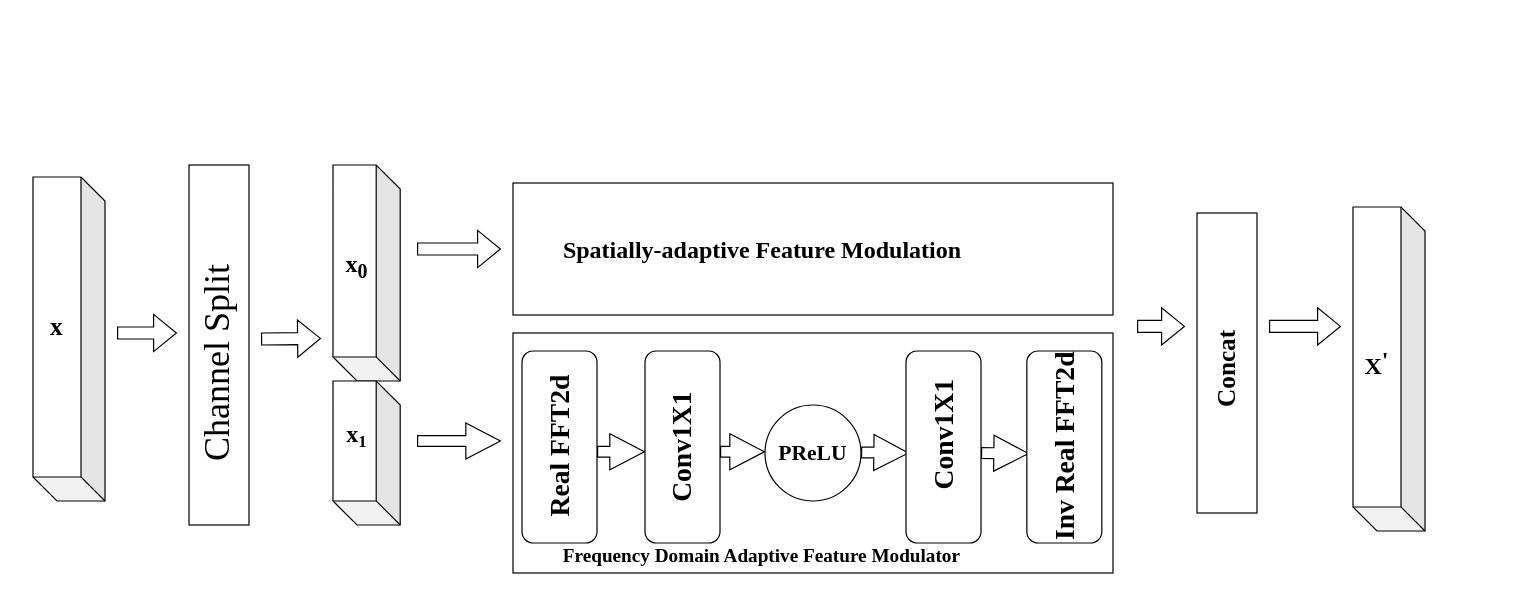
Before: 双域特征混合.drawio in gao131/nlp-beginner, a draw.io diagram. Source tidied: cells renumbered, new cells numbered last; positions are measured from the earlier drawing's top-left corner, leaving out a move shared by most shapes. Both pictures are drawn from the tidied source at 120%, with x=0, y=0 at pixel (-16, 164). Pictures stored in the file or linked from it are replaced by grey dashed boxes.
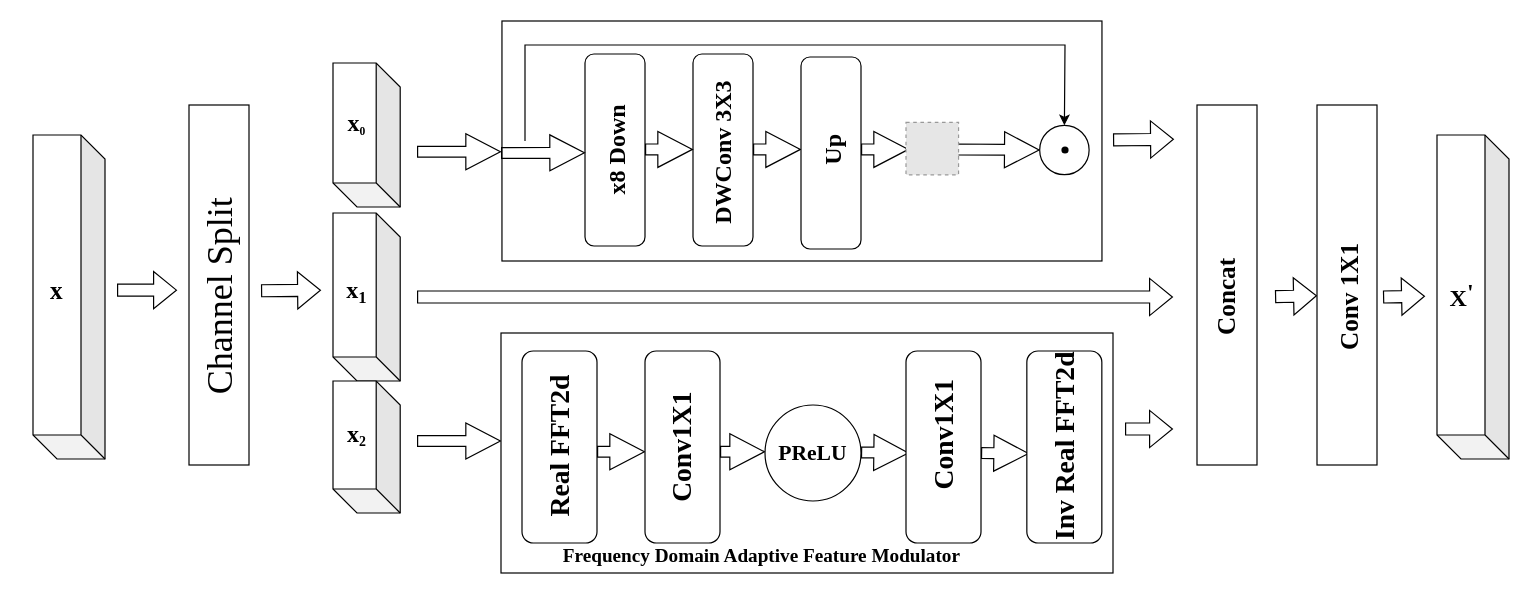
The same diagram, later.

Commit message:
更新双域特征混合.drawio

What changed in the source:
```diff
@@
     <mxCell id="2" style="shape=flexArrow;endArrow=classic;html=1;rounded=0;exitX=1;exitY=0.5;exitDx=0;exitDy=0;" parent="1" edge="1">
       <mxGeometry relative="1" as="geometry">
-        <mxPoint x="110" y="140" as="sourcePoint" />
-        <mxPoint x="160" y="140" as="targetPoint" />
+        <mxPoint x="110" y="104.3" as="sourcePoint" />
+        <mxPoint x="160" y="104.3" as="targetPoint" />
       </mxGeometry>
     </mxCell>
     <mxCell id="3" style="shape=cube;whiteSpace=wrap;html=1;boundedLbl=1;backgroundOutline=1;darkOpacity=0.05;darkOpacity2=0.1;rotation=-180;" parent="1" vertex="1">
-      <mxGeometry x="40" y="10" width="60" height="270" as="geometry" />
+      <mxGeometry x="40" y="-25" width="60" height="270" as="geometry" />
     </mxCell>
     <mxCell id="4" value="&lt;font style=&quot;font-size: 21px;&quot; face=&quot;Times New Roman&quot;&gt;&lt;b&gt;x&lt;/b&gt;&lt;/font&gt;" style="text;html=1;align=center;verticalAlign=middle;whiteSpace=wrap;rounded=0;" parent="1" vertex="1">
-      <mxGeometry x="30" y="120" width="60" height="30" as="geometry" />
+      <mxGeometry x="30" y="90" width="60" height="30" as="geometry" />
     </mxCell>
     <mxCell id="5" style="rounded=0;whiteSpace=wrap;html=1;" parent="1" vertex="1">
-      <mxGeometry x="170" width="50" height="300" as="geometry" />
+      <mxGeometry x="170" y="-50" width="50" height="300" as="geometry" />
     </mxCell>
     <mxCell id="6" value="&lt;font style=&quot;font-size: 30px;&quot; face=&quot;Times New Roman&quot;&gt;Channel Split&lt;/font&gt;" style="text;html=1;align=center;verticalAlign=middle;whiteSpace=wrap;rounded=0;rotation=-90;" parent="1" vertex="1">
-      <mxGeometry y="130" width="385" height="70" as="geometry" />
+      <mxGeometry x="2.5" y="75" width="385" height="70" as="geometry" />
     </mxCell>
     <mxCell id="7" style="shape=cube;whiteSpace=wrap;html=1;boundedLbl=1;backgroundOutline=1;darkOpacity=0.05;darkOpacity2=0.1;rotation=-180;" parent="1" vertex="1">
-      <mxGeometry x="290" width="56" height="180" as="geometry" />
+      <mxGeometry x="290" y="40" width="56" height="140" as="geometry" />
     </mxCell>
     <mxCell id="8" style="shape=cube;whiteSpace=wrap;html=1;boundedLbl=1;backgroundOutline=1;darkOpacity=0.05;darkOpacity2=0.1;rotation=-180;" parent="1" vertex="1">
-      <mxGeometry x="290" y="180" width="56" height="120" as="geometry" />
+      <mxGeometry x="290" y="180" width="56" height="110" as="geometry" />
     </mxCell>
     <mxCell id="9" style="shape=flexArrow;endArrow=classic;html=1;rounded=0;" parent="1" edge="1">
       <mxGeometry relative="1" as="geometry">
-        <mxPoint x="230" y="145" as="sourcePoint" />
-        <mxPoint x="280" y="144.5" as="targetPoint" />
+        <mxPoint x="230" y="104.8" as="sourcePoint" />
+        <mxPoint x="280" y="104.3" as="targetPoint" />
       </mxGeometry>
     </mxCell>
-    <mxCell id="10" value="&lt;font style=&quot;font-size: 20px;&quot; face=&quot;Times New Roman&quot;&gt;&lt;b&gt;x&lt;sub style=&quot;&quot;&gt;0&lt;/sub&gt;&lt;/b&gt;&lt;/font&gt;" style="text;html=1;align=center;verticalAlign=middle;whiteSpace=wrap;rounded=0;" parent="1" vertex="1">
-      <mxGeometry x="280" y="70" width="60" height="30" as="geometry" />
+    <mxCell id="10" value="&lt;font style=&quot;&quot; face=&quot;Times New Roman&quot;&gt;&lt;b style=&quot;&quot;&gt;&lt;span style=&quot;font-size: 20px;&quot;&gt;x&lt;/span&gt;&lt;span style=&quot;font-size: 16.6667px;&quot;&gt;&lt;sub&gt;1&lt;/sub&gt;&lt;/span&gt;&lt;/b&gt;&lt;/font&gt;" style="text;html=1;align=center;verticalAlign=middle;whiteSpace=wrap;rounded=0;" parent="1" vertex="1">
+      <mxGeometry x="280" y="90" width="60" height="30" as="geometry" />
     </mxCell>
-    <mxCell id="11" value="&lt;font style=&quot;&quot; face=&quot;Times New Roman&quot;&gt;&lt;b style=&quot;&quot;&gt;&lt;span style=&quot;font-size: 20px;&quot;&gt;x&lt;/span&gt;&lt;span style=&quot;font-size: 16.6667px;&quot;&gt;&lt;sub&gt;1&lt;/sub&gt;&lt;/span&gt;&lt;/b&gt;&lt;/font&gt;" style="text;html=1;align=center;verticalAlign=middle;whiteSpace=wrap;rounded=0;" parent="1" vertex="1">
+    <mxCell id="11" value="&lt;font style=&quot;&quot; face=&quot;Times New Roman&quot;&gt;&lt;b style=&quot;&quot;&gt;&lt;span style=&quot;font-size: 20px;&quot;&gt;x&lt;/span&gt;&lt;span style=&quot;font-size: 13.8889px;&quot;&gt;&lt;sub&gt;2&lt;/sub&gt;&lt;/span&gt;&lt;/b&gt;&lt;/font&gt;" style="text;html=1;align=center;verticalAlign=middle;whiteSpace=wrap;rounded=0;" parent="1" vertex="1">
       <mxGeometry x="280" y="210" width="60" height="30" as="geometry" />
     </mxCell>
     <mxCell id="12" style="shape=flexArrow;endArrow=classic;html=1;rounded=0;" parent="1" edge="1">
       <mxGeometry relative="1" as="geometry">
-        <mxPoint x="360" y="70" as="sourcePoint" />
-        <mxPoint x="430" y="70" as="targetPoint" />
+        <mxPoint x="360" y="110" as="sourcePoint" />
+        <mxPoint x="990" y="110" as="targetPoint" />
       </mxGeometry>
     </mxCell>
@@
-    <mxCell id="14" style="rounded=0;whiteSpace=wrap;html=1;" parent="1" vertex="1">
-      <mxGeometry x="440" y="15" width="500" height="110" as="geometry" />
-    </mxCell>
-    <mxCell id="15" value="&lt;font style=&quot;font-size: 20px;&quot; face=&quot;Times New Roman&quot;&gt;&lt;b&gt;Spatially-adaptive Feature Modulation&lt;/b&gt;&lt;/font&gt;" style="text;html=1;align=center;verticalAlign=middle;whiteSpace=wrap;rounded=0;" parent="1" vertex="1">
-      <mxGeometry x="477.5" y="55" width="340" height="30" as="geometry" />
-    </mxCell>
     <mxCell id="16" style="rounded=0;whiteSpace=wrap;html=1;" parent="1" vertex="1">
-      <mxGeometry x="440" y="140" width="500" height="200" as="geometry" />
+      <mxGeometry x="430" y="140" width="510" height="200" as="geometry" />
     </mxCell>
@@
     <mxCell id="23" style="shape=flexArrow;endArrow=classic;html=1;rounded=0;" parent="1" edge="1">
       <mxGeometry relative="1" as="geometry">
-        <mxPoint x="1070" y="134.5" as="sourcePoint" />
-        <mxPoint x="1130" y="134.5" as="targetPoint" />
+        <mxPoint x="940" y="-21" as="sourcePoint" />
+        <mxPoint x="990.8" y="-21.4" as="targetPoint" />
       </mxGeometry>
     </mxCell>
     <mxCell id="24" style="rounded=0;whiteSpace=wrap;html=1;" parent="1" vertex="1">
-      <mxGeometry x="1010" y="40" width="50" height="250" as="geometry" />
+      <mxGeometry x="1010" y="-50" width="50" height="300" as="geometry" />
     </mxCell>
     <mxCell id="25" value="&lt;font style=&quot;font-size: 21px;&quot; face=&quot;Times New Roman&quot;&gt;&lt;b style=&quot;&quot;&gt;Concat&lt;/b&gt;&lt;/font&gt;" style="text;html=1;align=center;verticalAlign=middle;whiteSpace=wrap;rounded=0;rotation=-90;" parent="1" vertex="1">
-      <mxGeometry x="995" y="155" width="80" height="30" as="geometry" />
+      <mxGeometry x="995" y="95" width="80" height="30" as="geometry" />
     </mxCell>
     <mxCell id="26" style="shape=cube;whiteSpace=wrap;html=1;boundedLbl=1;backgroundOutline=1;darkOpacity=0.05;darkOpacity2=0.1;rotation=-180;" parent="1" vertex="1">
-      <mxGeometry x="1140" y="35" width="60" height="270" as="geometry" />
+      <mxGeometry x="1210" y="-25" width="60" height="270" as="geometry" />
     </mxCell>
     <mxCell id="27" style="shape=flexArrow;endArrow=classic;html=1;rounded=0;" parent="1" edge="1">
       <mxGeometry relative="1" as="geometry">
-        <mxPoint x="960" y="134.5" as="sourcePoint" />
-        <mxPoint x="1000" y="134.5" as="targetPoint" />
+        <mxPoint x="950" y="220" as="sourcePoint" />
+        <mxPoint x="990" y="220" as="targetPoint" />
       </mxGeometry>
     </mxCell>
     <mxCell id="28" value="&lt;font style=&quot;&quot; face=&quot;Times New Roman&quot;&gt;&lt;b style=&quot;&quot;&gt;&lt;span style=&quot;font-size: 20px;&quot;&gt;X&lt;/span&gt;&lt;sup style=&quot;&quot;&gt;&lt;font style=&quot;font-size: 20px;&quot;&gt;'&lt;/font&gt;&lt;/sup&gt;&lt;/b&gt;&lt;/font&gt;" style="text;html=1;align=center;verticalAlign=middle;whiteSpace=wrap;rounded=0;" parent="1" vertex="1">
-      <mxGeometry x="1130" y="150" width="60" height="30" as="geometry" />
+      <mxGeometry x="1201" y="92.5" width="60" height="30" as="geometry" />
     </mxCell>
@@
+    <mxCell id="38" style="shape=cube;whiteSpace=wrap;html=1;boundedLbl=1;backgroundOutline=1;darkOpacity=0.05;darkOpacity2=0.1;rotation=-180;" parent="1" vertex="1">
+      <mxGeometry x="290" y="-85" width="56" height="120" as="geometry" />
+    </mxCell>
+    <mxCell id="39" value="&lt;font style=&quot;&quot; face=&quot;Times New Roman&quot;&gt;&lt;b style=&quot;&quot;&gt;&lt;span style=&quot;font-size: 20px;&quot;&gt;x&lt;/span&gt;&lt;span style=&quot;font-size: 11.5741px;&quot;&gt;&lt;sub&gt;0&lt;/sub&gt;&lt;/span&gt;&lt;/b&gt;&lt;/font&gt;" style="text;html=1;align=center;verticalAlign=middle;whiteSpace=wrap;rounded=0;" parent="1" vertex="1">
+      <mxGeometry x="280" y="-50" width="60" height="30" as="geometry" />
+    </mxCell>
+    <mxCell id="40" style="shape=flexArrow;endArrow=classic;html=1;rounded=0;width=9;endSize=9.27;" parent="1" edge="1">
+      <mxGeometry relative="1" as="geometry">
+        <mxPoint x="360" y="-11" as="sourcePoint" />
+        <mxPoint x="430" y="-11" as="targetPoint" />
+      </mxGeometry>
+    </mxCell>
+    <mxCell id="41" style="rounded=0;whiteSpace=wrap;html=1;" parent="1" vertex="1">
+      <mxGeometry x="430.8" y="-120" width="500" height="200" as="geometry" />
+    </mxCell>
+    <mxCell id="42" style="rounded=1;whiteSpace=wrap;html=1;" parent="1" vertex="1">
+      <mxGeometry x="500" y="-92.5" width="50" height="160" as="geometry" />
+    </mxCell>
+    <mxCell id="43" value="&lt;font face=&quot;Times New Roman&quot; style=&quot;font-size: 20px;&quot;&gt;&lt;b&gt;x8 Down&lt;/b&gt;&lt;/font&gt;" style="text;html=1;align=center;verticalAlign=middle;whiteSpace=wrap;rounded=0;rotation=-90;" parent="1" vertex="1">
+      <mxGeometry x="455" y="-20" width="140" height="15" as="geometry" />
+    </mxCell>
+    <mxCell id="44" style="rounded=1;whiteSpace=wrap;html=1;" parent="1" vertex="1">
+      <mxGeometry x="590" y="-92.5" width="50" height="160" as="geometry" />
+    </mxCell>
+    <mxCell id="45" style="shape=flexArrow;endArrow=classic;html=1;rounded=0;width=9;endSize=9.27;" parent="1" edge="1">
+      <mxGeometry relative="1" as="geometry">
+        <mxPoint x="550" y="-13" as="sourcePoint" />
+        <mxPoint x="590" y="-13" as="targetPoint" />
+      </mxGeometry>
+    </mxCell>
+    <mxCell id="46" value="&lt;font face=&quot;Times New Roman&quot; style=&quot;font-size: 20px;&quot;&gt;&lt;b&gt;DWConv 3X3&lt;/b&gt;&lt;/font&gt;" style="text;html=1;align=center;verticalAlign=middle;whiteSpace=wrap;rounded=0;rotation=-90;" parent="1" vertex="1">
+      <mxGeometry x="550" y="-20" width="127.5" height="20" as="geometry" />
+    </mxCell>
+    <mxCell id="47" style="shape=flexArrow;endArrow=classic;html=1;rounded=0;width=9;endSize=9.27;" parent="1" edge="1">
+      <mxGeometry relative="1" as="geometry">
+        <mxPoint x="640" y="-13" as="sourcePoint" />
+        <mxPoint x="680" y="-13" as="targetPoint" />
+      </mxGeometry>
+    </mxCell>
+    <mxCell id="48" style="rounded=1;whiteSpace=wrap;html=1;" parent="1" vertex="1">
+      <mxGeometry x="680" y="-90" width="50" height="160" as="geometry" />
+    </mxCell>
+    <mxCell id="49" value="&lt;font face=&quot;Times New Roman&quot; style=&quot;font-size: 20px;&quot;&gt;&lt;b&gt;Up&lt;/b&gt;&lt;/font&gt;" style="text;html=1;align=center;verticalAlign=middle;whiteSpace=wrap;rounded=0;rotation=-90;" parent="1" vertex="1">
+      <mxGeometry x="641.2" y="-22.5" width="127.5" height="20" as="geometry" />
+    </mxCell>
+    <mxCell id="50" style="shape=flexArrow;endArrow=classic;html=1;rounded=0;width=9;endSize=9.27;" parent="1" edge="1">
+      <mxGeometry relative="1" as="geometry">
+        <mxPoint x="730" y="-13" as="sourcePoint" />
+        <mxPoint x="770" y="-13" as="targetPoint" />
+      </mxGeometry>
+    </mxCell>
+    <mxCell id="51" style="shape=flexArrow;endArrow=classic;html=1;rounded=0;width=9;endSize=9.27;" parent="1" edge="1">
+      <mxGeometry relative="1" as="geometry">
+        <mxPoint x="430" y="-10" as="sourcePoint" />
+        <mxPoint x="500" y="-10.2" as="targetPoint" />
+      </mxGeometry>
+    </mxCell>
+    <mxCell id="52" style="endArrow=classic;html=1;rounded=0;entryX=0.5;entryY=0;entryDx=0;entryDy=0;" parent="1" edge="1" target="54">
+      <mxGeometry relative="1" as="geometry">
+        <mxPoint x="450" y="-20" as="sourcePoint" />
+        <Array as="points">
+          <mxPoint x="450" y="-100" />
+          <mxPoint x="900" y="-100" />
+        </Array>
+      </mxGeometry>
+    </mxCell>
+    <mxCell id="53" style="shape=flexArrow;endArrow=classic;html=1;rounded=0;width=9;endSize=9.27;entryX=0;entryY=0.5;entryDx=0;entryDy=0;" parent="1" edge="1" target="54">
+      <mxGeometry relative="1" as="geometry">
+        <mxPoint x="808.8" y="-13" as="sourcePoint" />
+      </mxGeometry>
+    </mxCell>
+    <mxCell id="54" style="ellipse;whiteSpace=wrap;html=1;" parent="1" vertex="1">
+      <mxGeometry x="878.9" y="-33.1" width="41.2" height="41.2" as="geometry" />
+    </mxCell>
+    <mxCell id="55" style="shape=waypoint;sketch=0;fillStyle=solid;size=6;fillColor=none;perimeter=centerPerimeter;" parent="1" vertex="1">
+      <mxGeometry x="890" y="-22.5" width="20" height="20" as="geometry" />
+    </mxCell>
+    <mxCell id="56" style="shape=flexArrow;endArrow=classic;html=1;rounded=0;" parent="1" edge="1">
+      <mxGeometry relative="1" as="geometry">
+        <mxPoint x="1075" y="109.7" as="sourcePoint" />
+        <mxPoint x="1110" y="109" as="targetPoint" />
+      </mxGeometry>
+    </mxCell>
+    <mxCell id="57" style="rounded=0;whiteSpace=wrap;html=1;" parent="1" vertex="1">
+      <mxGeometry x="1110" y="-50" width="50" height="300" as="geometry" />
+    </mxCell>
+    <mxCell id="58" value="&lt;font style=&quot;font-size: 21px;&quot; face=&quot;Times New Roman&quot;&gt;&lt;b&gt;Conv 1X1&lt;/b&gt;&lt;/font&gt;" style="text;html=1;align=center;verticalAlign=middle;whiteSpace=wrap;rounded=0;rotation=-90;" parent="1" vertex="1">
+      <mxGeometry x="1075" y="97.5" width="125" height="25" as="geometry" />
+    </mxCell>
+    <mxCell id="59" style="shape=flexArrow;endArrow=classic;html=1;rounded=0;" parent="1" edge="1">
+      <mxGeometry relative="1" as="geometry">
+        <mxPoint x="1165" y="110" as="sourcePoint" />
+        <mxPoint x="1200" y="109.3" as="targetPoint" />
+      </mxGeometry>
+    </mxCell>
+    <mxCell id="60" style="fillColor=#E6E6E6;strokeColor=#999999;dashed=1;verticalLabelPosition=bottom;labelBackgroundColor=default;verticalAlign=top;" parent="1" vertex="1">
+      <mxGeometry x="767.5" y="-35.6" width="43.8" height="43.8" as="geometry" />
+    </mxCell>
```
